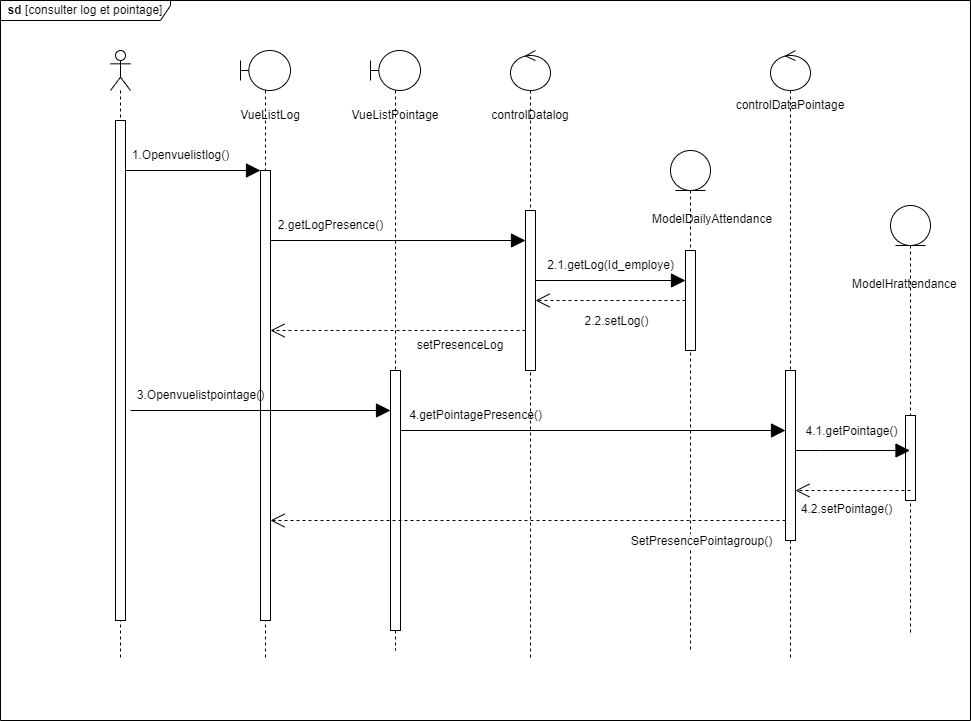
Before: static/Diagramme des séquences conceptuel  log et pointage .drawio.png, a diagram exported from draw.io (Siluearsene/borne_biometrique). Source tidied: cells renumbered, new cells last; positions are measured from the earlier drawing's top-left corner, leaving out a move shared by most shapes.
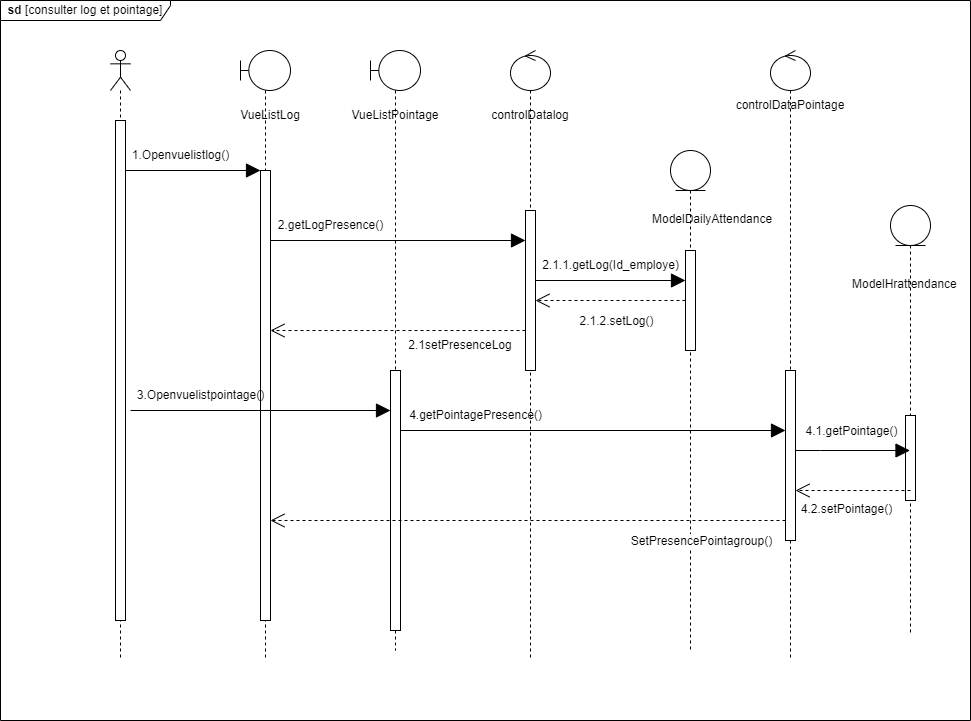
Above is the later version.

Commit message:
Mettre à jour Diagramme des séquences conceptuel  log et pointage .drawio.png

Change to the diagram source:
```diff
@@ -60,8 +60,8 @@
     <mxCell id="19" value="2.getLogPresence()" style="text;html=1;align=center;verticalAlign=middle;strokeColor=none;fillColor=none;" parent="1" vertex="1">
       <mxGeometry x="265" y="210" width="130" height="30" as="geometry" />
     </mxCell>
-    <mxCell id="20" value="2.1.getLog(Id_employe)" style="text;html=1;align=center;verticalAlign=middle;strokeColor=none;fillColor=none;" parent="1" vertex="1">
-      <mxGeometry x="535" y="250" width="150" height="30" as="geometry" />
+    <mxCell id="20" value="2.1.1.getLog(Id_employe)" style="text;html=1;align=center;verticalAlign=middle;strokeColor=none;fillColor=none;" parent="1" vertex="1">
+      <mxGeometry x="530" y="250" width="160" height="30" as="geometry" />
     </mxCell>
     <mxCell id="21" style="endArrow=block;endFill=1;endSize=12;html=1;rounded=0;" parent="1" edge="1">
       <mxGeometry relative="1" as="geometry">
@@ -75,12 +75,12 @@
     <mxCell id="23" style="endArrow=open;dashed=1;endFill=0;endSize=12;html=1;rounded=0;" parent="1" edge="1" source="22" target="16">
       <mxGeometry relative="1" as="geometry" />
     </mxCell>
-    <mxCell id="24" value="&lt;font style=&quot;font-size: 12px;&quot;&gt;2.2.setLog()&lt;/font&gt;" style="edgeLabel;html=1;align=center;verticalAlign=middle;" parent="23" vertex="1">
+    <mxCell id="24" value="&lt;font style=&quot;font-size: 12px;&quot;&gt;2.1.2.setLog()&lt;/font&gt;" style="edgeLabel;html=1;align=center;verticalAlign=middle;" parent="23" vertex="1">
       <mxGeometry x="0.04" y="5" relative="1" as="geometry">
         <mxPoint x="8" y="15" as="offset" />
       </mxGeometry>
     </mxCell>
-    <mxCell id="25" value="setPresenceLog" style="text;html=1;strokeColor=none;fillColor=none;align=center;verticalAlign=middle;whiteSpace=wrap;rounded=0;" parent="1" vertex="1">
+    <mxCell id="25" value="2.1setPresenceLog" style="text;html=1;strokeColor=none;fillColor=none;align=center;verticalAlign=middle;whiteSpace=wrap;rounded=0;" parent="1" vertex="1">
       <mxGeometry x="430" y="330" width="60" height="30" as="geometry" />
     </mxCell>
     <mxCell id="26" value="&lt;div style=&quot;text-align: center;&quot;&gt;&lt;span style=&quot;background-color: initial;&quot;&gt;ModelDailyAttendance&lt;/span&gt;&lt;/div&gt;" style="text;whiteSpace=wrap;html=1;" parent="1" vertex="1">
```
